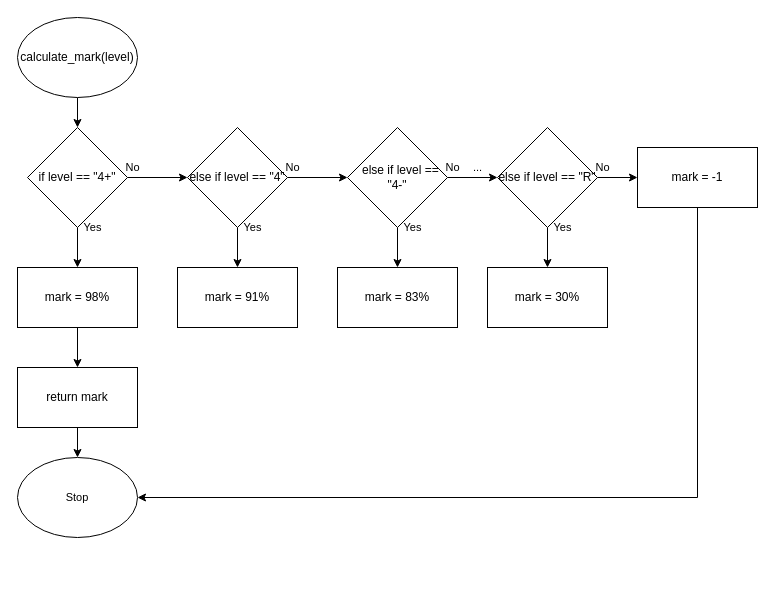
Earlier version of the draw.io diagram flowchart.drawio (Aleksandr-Ten/ICS3U-Unit5-04-Python). Source tidied: cells renumbered, new cells numbered last; positions are measured from the earlier drawing's top-left corner, leaving out a move shared by most shapes. Both pictures are drawn from the tidied source at 100%, with x=0, y=0 at pixel (17, 17).
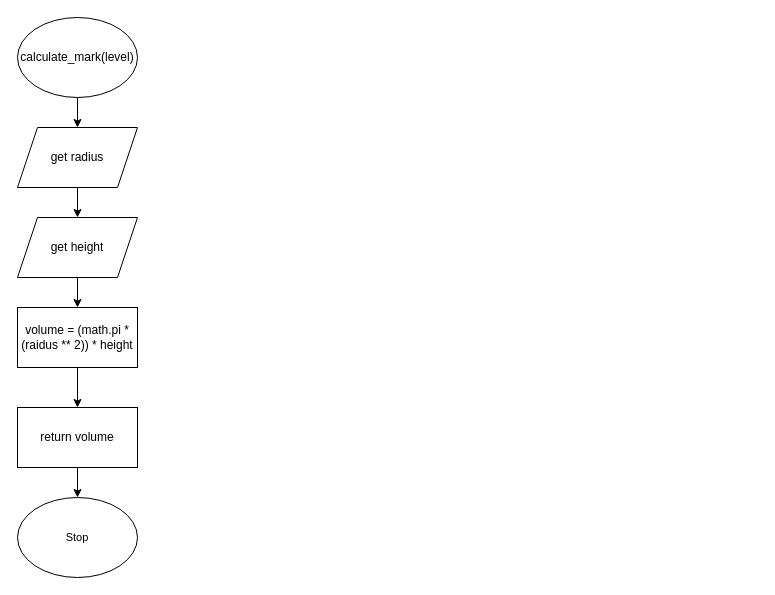
The same diagram, later.

The edit, as a diff of the source:
```diff
@@
     <mxCell id="4" value="Stop" style="ellipse;whiteSpace=wrap;html=1;fontFamily=Helvetica;fontSize=11;fontColor=default;" parent="1" vertex="1">
-      <mxGeometry y="440" width="120" height="80" as="geometry" />
+      <mxGeometry y="480" width="120" height="80" as="geometry" />
     </mxCell>
-    <mxCell id="5" style="edgeStyle=none;html=1;exitX=1;exitY=0.5;exitDx=0;exitDy=0;" parent="1" edge="1" source="7" target="10">
-      <mxGeometry relative="1" as="geometry" />
-    </mxCell>
-    <mxCell id="6" style="edgeStyle=none;html=1;exitX=0.5;exitY=1;exitDx=0;exitDy=0;" parent="1" edge="1" source="7" target="18">
-      <mxGeometry relative="1" as="geometry" />
-    </mxCell>
-    <mxCell id="7" value="if level == &quot;4+&quot;" style="rhombus;whiteSpace=wrap;html=1;" parent="1" vertex="1">
-      <mxGeometry x="10" y="110" width="100" height="100" as="geometry" />
-    </mxCell>
-    <mxCell id="8" style="edgeStyle=none;html=1;exitX=1;exitY=0.5;exitDx=0;exitDy=0;entryX=0;entryY=0.5;entryDx=0;entryDy=0;" parent="1" edge="1" source="10" target="13">
-      <mxGeometry relative="1" as="geometry" />
-    </mxCell>
-    <mxCell id="9" style="edgeStyle=none;html=1;exitX=0.5;exitY=1;exitDx=0;exitDy=0;" parent="1" edge="1" source="10" target="19">
-      <mxGeometry relative="1" as="geometry" />
-    </mxCell>
-    <mxCell id="10" value="else if level == &quot;4&quot;" style="rhombus;whiteSpace=wrap;html=1;" parent="1" vertex="1">
-      <mxGeometry x="170" y="110" width="100" height="100" as="geometry" />
-    </mxCell>
-    <mxCell id="11" style="edgeStyle=none;html=1;exitX=1;exitY=0.5;exitDx=0;exitDy=0;" parent="1" edge="1" source="13" target="16">
-      <mxGeometry relative="1" as="geometry" />
-    </mxCell>
-    <mxCell id="12" style="edgeStyle=none;html=1;exitX=0.5;exitY=1;exitDx=0;exitDy=0;" parent="1" edge="1" source="13" target="20">
-      <mxGeometry relative="1" as="geometry" />
-    </mxCell>
-    <mxCell id="13" value="&amp;nbsp; else if level == &quot;4-&quot;" style="rhombus;whiteSpace=wrap;html=1;" parent="1" vertex="1">
-      <mxGeometry x="330" y="110" width="100" height="100" as="geometry" />
-    </mxCell>
-    <mxCell id="14" style="edgeStyle=none;html=1;exitX=0.5;exitY=1;exitDx=0;exitDy=0;" parent="1" edge="1" source="16" target="21">
-      <mxGeometry relative="1" as="geometry" />
-    </mxCell>
-    <mxCell id="15" style="edgeStyle=none;html=1;exitX=1;exitY=0.5;exitDx=0;exitDy=0;entryX=0;entryY=0.5;entryDx=0;entryDy=0;" parent="1" edge="1" source="16" target="25">
-      <mxGeometry relative="1" as="geometry" />
-    </mxCell>
-    <mxCell id="16" value="else if level == &quot;R&quot;" style="rhombus;whiteSpace=wrap;html=1;" parent="1" vertex="1">
-      <mxGeometry x="480" y="110" width="100" height="100" as="geometry" />
-    </mxCell>
-    <mxCell id="17" style="edgeStyle=none;html=1;exitX=0.5;exitY=1;exitDx=0;exitDy=0;" parent="1" edge="1" source="18" target="23">
-      <mxGeometry relative="1" as="geometry" />
-    </mxCell>
-    <mxCell id="18" value="mark = 98%" style="rounded=0;whiteSpace=wrap;html=1;" parent="1" vertex="1">
-      <mxGeometry y="250" width="120" height="60" as="geometry" />
-    </mxCell>
-    <mxCell id="19" value="mark = 91%" style="rounded=0;whiteSpace=wrap;html=1;" parent="1" vertex="1">
-      <mxGeometry x="160" y="250" width="120" height="60" as="geometry" />
-    </mxCell>
-    <mxCell id="20" value="mark = 83%" style="rounded=0;whiteSpace=wrap;html=1;" parent="1" vertex="1">
-      <mxGeometry x="320" y="250" width="120" height="60" as="geometry" />
-    </mxCell>
-    <mxCell id="21" value="mark = 30%" style="rounded=0;whiteSpace=wrap;html=1;" parent="1" vertex="1">
-      <mxGeometry x="470" y="250" width="120" height="60" as="geometry" />
-    </mxCell>
@@
-    <mxCell id="23" value="return mark" style="rounded=0;whiteSpace=wrap;html=1;" parent="1" vertex="1">
-      <mxGeometry y="350" width="120" height="60" as="geometry" />
+    <mxCell id="23" value="return volume" style="rounded=0;whiteSpace=wrap;html=1;" parent="1" vertex="1">
+      <mxGeometry y="390" width="120" height="60" as="geometry" />
     </mxCell>
-    <mxCell id="24" style="edgeStyle=orthogonalEdgeStyle;html=1;exitX=0.5;exitY=1;exitDx=0;exitDy=0;entryX=1;entryY=0.5;entryDx=0;entryDy=0;rounded=0;" parent="1" edge="1" source="25" target="4">
-      <mxGeometry relative="1" as="geometry" />
-    </mxCell>
-    <mxCell id="25" value="mark = -1" style="rounded=0;whiteSpace=wrap;html=1;" parent="1" vertex="1">
-      <mxGeometry x="620" y="130" width="120" height="60" as="geometry" />
-    </mxCell>
-    <mxCell id="26" value="Yes" style="text;html=1;align=center;verticalAlign=middle;fillColor=none;strokeColor=none;rounded=0;fontFamily=Helvetica;fontSize=11;fontColor=default;" parent="1" vertex="1">
-      <mxGeometry x="60" y="200" width="30" height="20" as="geometry" />
-    </mxCell>
-    <mxCell id="27" value="Yes" style="text;html=1;align=center;verticalAlign=middle;fillColor=none;strokeColor=none;rounded=0;fontFamily=Helvetica;fontSize=11;fontColor=default;" parent="1" vertex="1">
-      <mxGeometry x="220" y="200" width="30" height="20" as="geometry" />
-    </mxCell>
-    <mxCell id="28" value="Yes" style="text;html=1;align=center;verticalAlign=middle;fillColor=none;strokeColor=none;rounded=0;fontFamily=Helvetica;fontSize=11;fontColor=default;" parent="1" vertex="1">
-      <mxGeometry x="380" y="200" width="30" height="20" as="geometry" />
-    </mxCell>
-    <mxCell id="29" value="Yes" style="text;html=1;align=center;verticalAlign=middle;fillColor=none;strokeColor=none;rounded=0;fontFamily=Helvetica;fontSize=11;fontColor=default;" parent="1" vertex="1">
-      <mxGeometry x="530" y="200" width="30" height="20" as="geometry" />
-    </mxCell>
-    <mxCell id="30" value="No" style="text;html=1;align=center;verticalAlign=middle;fillColor=none;strokeColor=none;rounded=0;fontFamily=Helvetica;fontSize=11;fontColor=default;" parent="1" vertex="1">
-      <mxGeometry x="100" y="140" width="30" height="20" as="geometry" />
-    </mxCell>
-    <mxCell id="31" value="No" style="text;html=1;align=center;verticalAlign=middle;fillColor=none;strokeColor=none;rounded=0;fontFamily=Helvetica;fontSize=11;fontColor=default;" parent="1" vertex="1">
-      <mxGeometry x="260" y="140" width="30" height="20" as="geometry" />
-    </mxCell>
-    <mxCell id="32" value="No" style="text;html=1;align=center;verticalAlign=middle;fillColor=none;strokeColor=none;rounded=0;fontFamily=Helvetica;fontSize=11;fontColor=default;" parent="1" vertex="1">
-      <mxGeometry x="420" y="140" width="30" height="20" as="geometry" />
-    </mxCell>
-    <mxCell id="33" value="No" style="text;html=1;align=center;verticalAlign=middle;fillColor=none;strokeColor=none;rounded=0;fontFamily=Helvetica;fontSize=11;fontColor=default;" parent="1" vertex="1">
-      <mxGeometry x="570" y="140" width="30" height="20" as="geometry" />
-    </mxCell>
+    <mxCell id="35" style="edgeStyle=none;html=1;exitX=0.5;exitY=1;exitDx=0;exitDy=0;entryX=0.5;entryY=0;entryDx=0;entryDy=0;" parent="1" edge="1" source="34" target="37">
+      <mxGeometry relative="1" as="geometry" />
+    </mxCell>
-    <mxCell id="34" value="..." style="text;html=1;align=center;verticalAlign=middle;points=[];fillColor=none;strokeColor=none;rounded=0;fontFamily=Helvetica;fontSize=11;fontColor=default;" parent="1" vertex="1">
-      <mxGeometry x="450" y="140" width="20" height="20" as="geometry" />
+    <mxCell id="34" value="get radius" style="shape=parallelogram;perimeter=parallelogramPerimeter;whiteSpace=wrap;html=1;fixedSize=1;" parent="1" vertex="1">
+      <mxGeometry y="110" width="120" height="60" as="geometry" />
     </mxCell>
+    <mxCell id="36" style="edgeStyle=none;html=1;exitX=0.5;exitY=1;exitDx=0;exitDy=0;entryX=0.5;entryY=0;entryDx=0;entryDy=0;" parent="1" edge="1" source="37" target="39">
+      <mxGeometry relative="1" as="geometry" />
+    </mxCell>
+    <mxCell id="37" value="get height" style="shape=parallelogram;perimeter=parallelogramPerimeter;whiteSpace=wrap;html=1;fixedSize=1;" parent="1" vertex="1">
+      <mxGeometry y="200" width="120" height="60" as="geometry" />
+    </mxCell>
+    <mxCell id="38" style="edgeStyle=none;html=1;exitX=0.5;exitY=1;exitDx=0;exitDy=0;" parent="1" edge="1" source="39" target="23">
+      <mxGeometry relative="1" as="geometry" />
+    </mxCell>
+    <mxCell id="39" value="volume = (math.pi * (raidus ** 2)) * height" style="rounded=0;whiteSpace=wrap;html=1;" parent="1" vertex="1">
+      <mxGeometry y="290" width="120" height="60" as="geometry" />
+    </mxCell>
```
